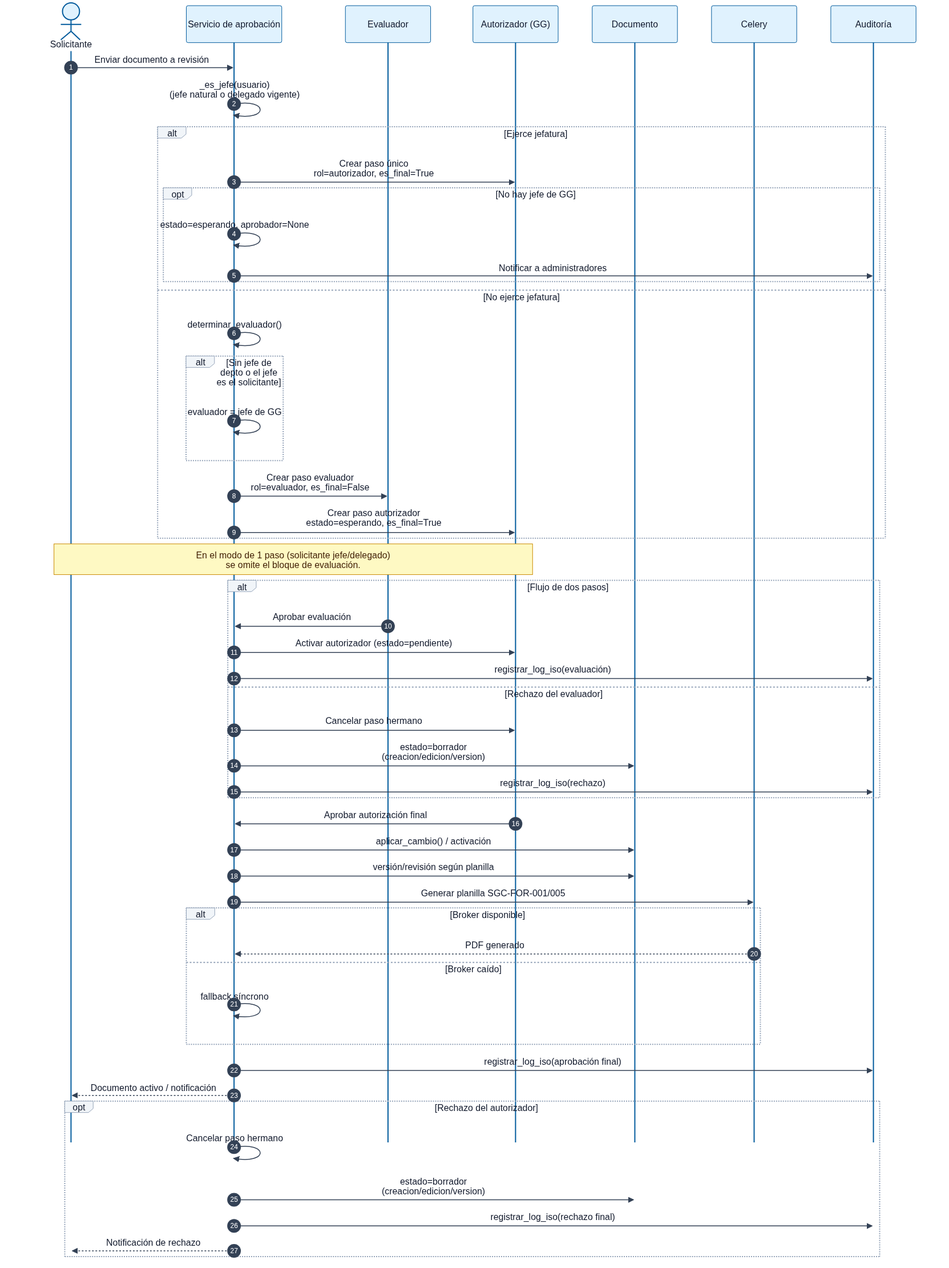
This is docs/uml/out/png/08-secuencia-aprobacion-documento.png from XavierL2305/Proyecto-PoliDoc, a Mermaid export, as it was before one commit. Its source is kept beside it as docs/uml/08-secuencia-aprobacion-documento.mmd. The source it was exported from:
```mermaid
sequenceDiagram
  autonumber
  actor S as Solicitante
  participant SA as Servicio de aprobación
  participant E as Evaluador
  participant GG as Autorizador (GG)
  participant DOC as Documento
  participant CEL as Celery
  participant AUD as Auditoría

  S->>SA: Enviar documento a revisión
  SA->>SA: _es_jefe(usuario)<br/>(jefe natural o delegado vigente)

  alt Ejerce jefatura
    SA->>GG: Crear paso único<br/>rol=autorizador, es_final=True
    opt No hay jefe de GG
      SA->>SA: estado=esperando, aprobador=None
      SA->>AUD: Notificar a administradores
    end
  else No ejerce jefatura
    SA->>SA: determinar_evaluador()
    alt Sin jefe de depto o el jefe es el solicitante
      SA->>SA: evaluador = jefe de GG
    end
    SA->>E: Crear paso evaluador<br/>rol=evaluador, es_final=False
    SA->>GG: Crear paso autorizador<br/>estado=esperando, es_final=True
  end

  Note over S,GG: En el modo de 1 paso (solicitante jefe/delegado)<br/>se omite el bloque de evaluación.

  alt Flujo de dos pasos
    E->>SA: Aprobar evaluación
    SA->>GG: Activar autorizador (estado=pendiente)
    SA->>AUD: registrar_log_iso(evaluación)
  else Rechazo del evaluador
    SA->>GG: Cancelar paso hermano
    SA->>DOC: estado=borrador<br/>(creacion/edicion/version)
    SA->>AUD: registrar_log_iso(rechazo)
  end

  GG->>SA: Aprobar autorización final
  SA->>DOC: aplicar_cambio() / activación
  SA->>DOC: versión/revisión según planilla
  SA->>CEL: Generar planilla SGC-FOR-001/005
  alt Broker disponible
    CEL-->>SA: PDF generado
  else Broker caído
    SA->>SA: fallback síncrono
  end
  SA->>AUD: registrar_log_iso(aprobación final)
  SA-->>S: Documento activo / notificación

  opt Rechazo del autorizador
    SA->>SA: Cancelar paso hermano
    SA->>DOC: estado=borrador<br/>(creacion/edicion/version)
    SA->>AUD: registrar_log_iso(rechazo final)
    SA-->>S: Notificación de rechazo
  end
```
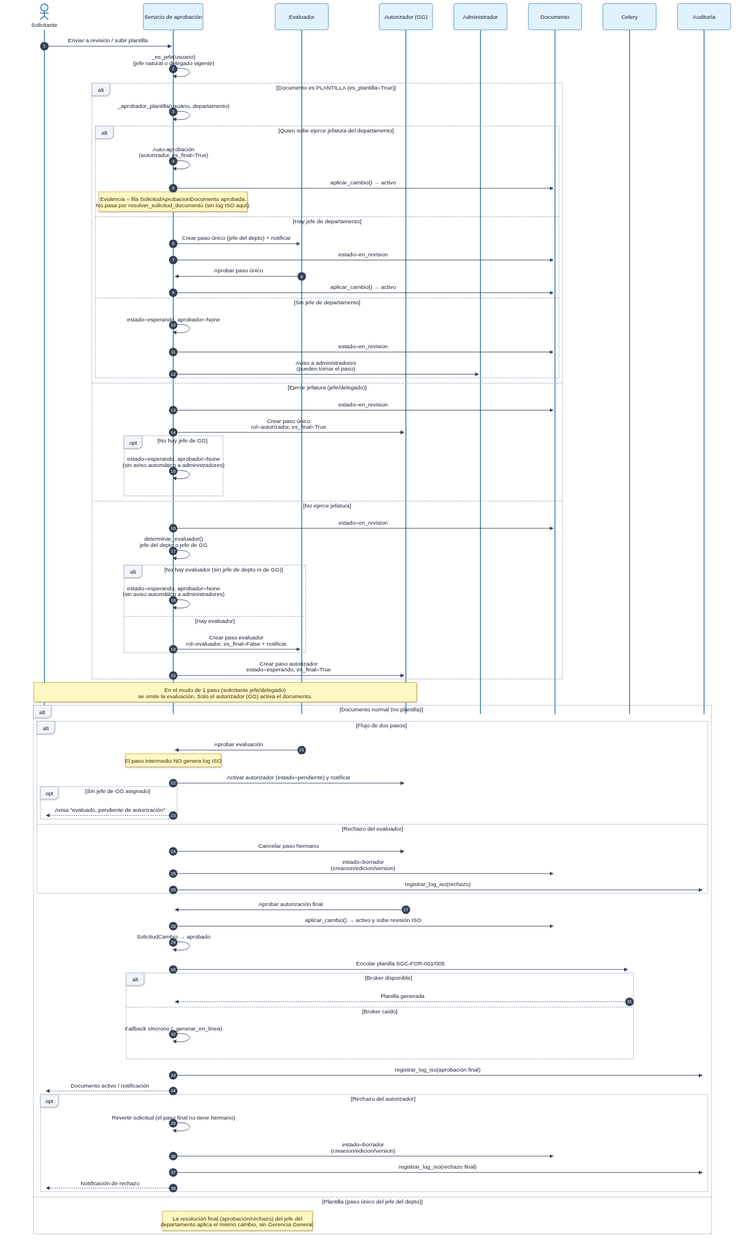
The same diagram one commit later.

Commit message:
Se corrige UML 08 de aprobación de documento y se regeneran renderizados

Change to the diagram source:
```diff
@@ -4,55 +4,84 @@
   participant SA as Servicio de aprobación
   participant E as Evaluador
   participant GG as Autorizador (GG)
+  participant ADM as Administrador
   participant DOC as Documento
   participant CEL as Celery
   participant AUD as Auditoría
 
-  S->>SA: Enviar documento a revisión
+  S->>SA: Enviar a revisión / subir plantilla
   SA->>SA: _es_jefe(usuario)<br/>(jefe natural o delegado vigente)
 
-  alt Ejerce jefatura
+  alt Documento es PLANTILLA (es_plantilla=True)
+    SA->>SA: _aprobador_plantilla(usuario, departamento)
+    alt Quien sube ejerce jefatura del departamento
+      SA->>SA: Auto-aprobación<br/>(autorizador, es_final=True)
+      SA->>DOC: aplicar_cambio() → activo
+      Note over SA: Evidencia = fila SolicitudAprobacionDocumento aprobada.<br/>No pasa por resolver_solicitud_documento (sin log ISO aquí).
+    else Hay jefe de departamento
+      SA->>E: Crear paso único (jefe del depto) + notificar
+      SA->>DOC: estado=en_revision
+      E->>SA: Aprobar paso único
+      SA->>DOC: aplicar_cambio() → activo
+    else Sin jefe de departamento
+      SA->>SA: estado=esperando, aprobador=None
+      SA->>DOC: estado=en_revision
+      SA->>ADM: Aviso a administradores<br/>(pueden tomar el paso)
+    end
+
+  else Ejerce jefatura (jefe/delegado)
+    SA->>DOC: estado=en_revision
     SA->>GG: Crear paso único<br/>rol=autorizador, es_final=True
     opt No hay jefe de GG
-      SA->>SA: estado=esperando, aprobador=None
-      SA->>AUD: Notificar a administradores
+      SA->>SA: estado=esperando, aprobador=None<br/>(sin aviso automático a administradores)
     end
+
   else No ejerce jefatura
-    SA->>SA: determinar_evaluador()
-    alt Sin jefe de depto o el jefe es el solicitante
-      SA->>SA: evaluador = jefe de GG
+    SA->>DOC: estado=en_revision
+    SA->>SA: determinar_evaluador()<br/>jefe del depto o jefe de GG
+    alt No hay evaluador (sin jefe de depto ni de GG)
+      SA->>SA: estado=esperando, aprobador=None<br/>(sin aviso automático a administradores)
+    else Hay evaluador
+      SA->>E: Crear paso evaluador<br/>rol=evaluador, es_final=False + notificar
     end
-    SA->>E: Crear paso evaluador<br/>rol=evaluador, es_final=False
     SA->>GG: Crear paso autorizador<br/>estado=esperando, es_final=True
   end
 
-  Note over S,GG: En el modo de 1 paso (solicitante jefe/delegado)<br/>se omite el bloque de evaluación.
+  Note over S,GG: En el modo de 1 paso (solicitante jefe/delegado)<br/>se omite la evaluación. Solo el autorizador (GG) activa el documento.
 
-  alt Flujo de dos pasos
-    E->>SA: Aprobar evaluación
-    SA->>GG: Activar autorizador (estado=pendiente)
-    SA->>AUD: registrar_log_iso(evaluación)
-  else Rechazo del evaluador
-    SA->>GG: Cancelar paso hermano
-    SA->>DOC: estado=borrador<br/>(creacion/edicion/version)
-    SA->>AUD: registrar_log_iso(rechazo)
+  alt Documento normal (no plantilla)
+    alt Flujo de dos pasos
+      E->>SA: Aprobar evaluación
+      Note over SA: El paso intermedio NO genera log ISO
+      SA->>GG: Activar autorizador (estado=pendiente) y notificar
+      opt Sin jefe de GG asignado
+        SA-->>S: Avisa "evaluado, pendiente de autorización"
+      end
+    else Rechazo del evaluador
+      SA->>GG: Cancelar paso hermano
+      SA->>DOC: estado=borrador<br/>(creacion/edicion/version)
+      SA->>AUD: registrar_log_iso(rechazo)
+    end
+
+    GG->>SA: Aprobar autorización final
+    SA->>DOC: aplicar_cambio() → activo y sube revisión ISO
+    SA->>SA: SolicitudCambio → aprobado
+    SA->>CEL: Encolar planilla SGC-FOR-001/005
+    alt Broker disponible
+      CEL-->>SA: Planilla generada
+    else Broker caído
+      SA->>SA: Fallback síncrono (_generar_en_linea)
+    end
+    SA->>AUD: registrar_log_iso(aprobación final)
+    SA-->>S: Documento activo / notificación
+
+    opt Rechazo del autorizador
+      SA->>SA: Revertir solicitud (el paso final no tiene hermano)
+      SA->>DOC: estado=borrador<br/>(creacion/edicion/version)
+      SA->>AUD: registrar_log_iso(rechazo final)
+      SA-->>S: Notificación de rechazo
+    end
+
+  else Plantilla (paso único del jefe del depto)
+    Note over SA,E: La resolución final (aprobación/rechazo) del jefe del<br/>departamento aplica el mismo cambio, sin Gerencia General.
   end
-
-  GG->>SA: Aprobar autorización final
-  SA->>DOC: aplicar_cambio() / activación
-  SA->>DOC: versión/revisión según planilla
-  SA->>CEL: Generar planilla SGC-FOR-001/005
-  alt Broker disponible
-    CEL-->>SA: PDF generado
-  else Broker caído
-    SA->>SA: fallback síncrono
-  end
-  SA->>AUD: registrar_log_iso(aprobación final)
-  SA-->>S: Documento activo / notificación
-
-  opt Rechazo del autorizador
-    SA->>SA: Cancelar paso hermano
-    SA->>DOC: estado=borrador<br/>(creacion/edicion/version)
-    SA->>AUD: registrar_log_iso(rechazo final)
-    SA-->>S: Notificación de rechazo
-  end
```
